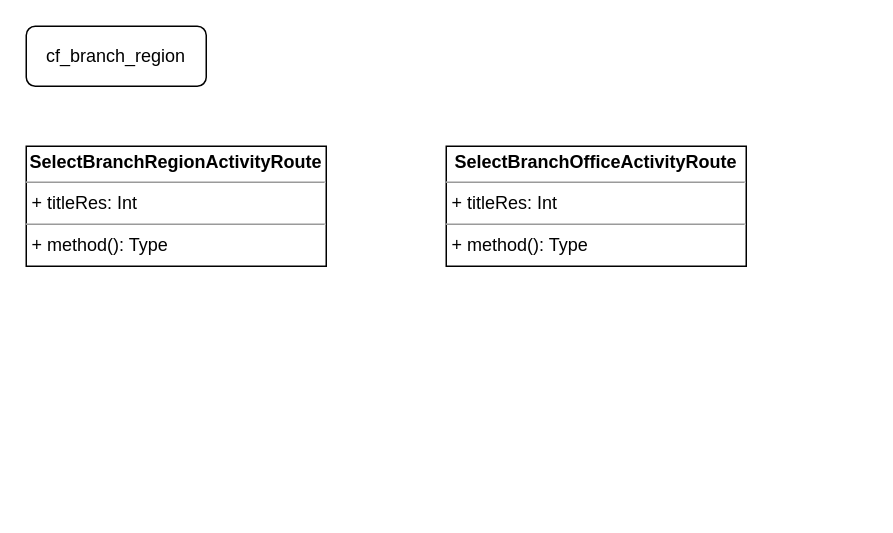
Above: UNI-15928.drawio in ShiryaevNikolay/diagrams (draw.io), before the change. Source tidied: cells renumbered, new cells numbered last; positions are measured from the earlier drawing's top-left corner, leaving out a move shared by most shapes. Both pictures are drawn from the tidied source at 150%, with x=0, y=0 at pixel (26, 26).
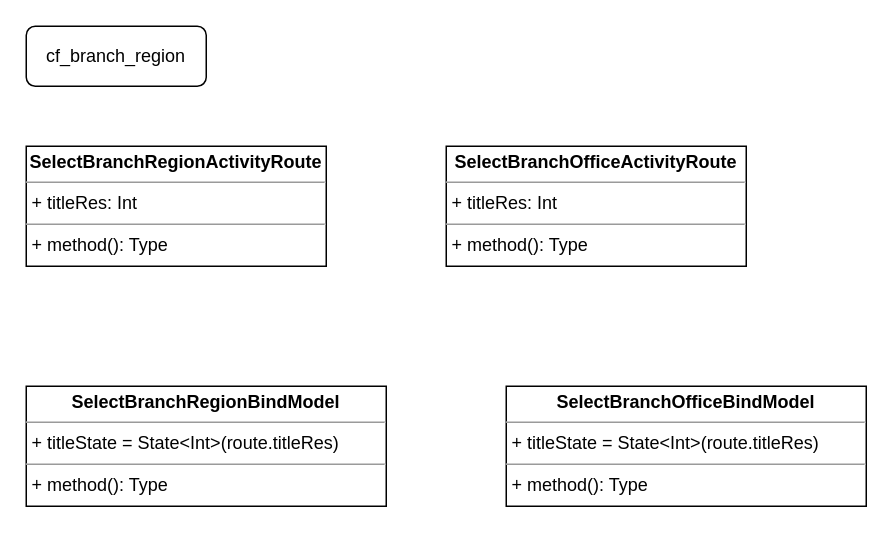
Above is the later version.

Change to the diagram source:
```diff
@@
 <mxGraphModel>
   <root>
     <mxCell id="0" />
     <mxCell id="1" parent="0" />
     <mxCell id="2" value="cf_branch_region" style="rounded=1;whiteSpace=wrap;html=1;" parent="1" vertex="1">
       <mxGeometry width="120" height="40" as="geometry" />
     </mxCell>
     <mxCell id="3" value="&lt;p style=&quot;margin: 0px ; margin-top: 4px ; text-align: center&quot;&gt;&lt;b&gt;SelectBranchRegionActivityRoute&lt;/b&gt;&lt;/p&gt;&lt;hr size=&quot;1&quot;&gt;&lt;p style=&quot;margin: 0px ; margin-left: 4px&quot;&gt;+ titleRes: Int&lt;br&gt;&lt;/p&gt;&lt;hr size=&quot;1&quot;&gt;&lt;p style=&quot;margin: 0px ; margin-left: 4px&quot;&gt;+ method(): Type&lt;/p&gt;" style="verticalAlign=top;align=left;overflow=fill;fontSize=12;fontFamily=Helvetica;html=1;" parent="1" vertex="1">
       <mxGeometry y="80" width="200" height="80" as="geometry" />
     </mxCell>
     <mxCell id="4" value="&lt;p style=&quot;margin: 0px ; margin-top: 4px ; text-align: center&quot;&gt;&lt;b&gt;SelectBranchOfficeActivityRoute&lt;/b&gt;&lt;/p&gt;&lt;hr size=&quot;1&quot;&gt;&lt;p style=&quot;margin: 0px ; margin-left: 4px&quot;&gt;+ titleRes: Int&lt;br&gt;&lt;/p&gt;&lt;hr size=&quot;1&quot;&gt;&lt;p style=&quot;margin: 0px ; margin-left: 4px&quot;&gt;+ method(): Type&lt;/p&gt;" style="verticalAlign=top;align=left;overflow=fill;fontSize=12;fontFamily=Helvetica;html=1;" parent="1" vertex="1">
       <mxGeometry x="280" y="80" width="200" height="80" as="geometry" />
     </mxCell>
+    <mxCell id="5" value="&lt;p style=&quot;margin: 0px ; margin-top: 4px ; text-align: center&quot;&gt;&lt;b&gt;SelectBranchRegionBindModel&lt;/b&gt;&lt;/p&gt;&lt;hr size=&quot;1&quot;&gt;&lt;p style=&quot;margin: 0px ; margin-left: 4px&quot;&gt;+ titleState = State&amp;lt;Int&amp;gt;(route.titleRes)&lt;br&gt;&lt;/p&gt;&lt;hr size=&quot;1&quot;&gt;&lt;p style=&quot;margin: 0px ; margin-left: 4px&quot;&gt;+ method(): Type&lt;/p&gt;" style="verticalAlign=top;align=left;overflow=fill;fontSize=12;fontFamily=Helvetica;html=1;" parent="1" vertex="1">
+      <mxGeometry y="240" width="240" height="80" as="geometry" />
+    </mxCell>
+    <mxCell id="6" value="&lt;p style=&quot;margin: 0px ; margin-top: 4px ; text-align: center&quot;&gt;&lt;b&gt;SelectBranchOfficeBindModel&lt;/b&gt;&lt;/p&gt;&lt;hr size=&quot;1&quot;&gt;&lt;p style=&quot;margin: 0px ; margin-left: 4px&quot;&gt;+ titleState = State&amp;lt;Int&amp;gt;(route.titleRes)&lt;br&gt;&lt;/p&gt;&lt;hr size=&quot;1&quot;&gt;&lt;p style=&quot;margin: 0px ; margin-left: 4px&quot;&gt;+ method(): Type&lt;/p&gt;" style="verticalAlign=top;align=left;overflow=fill;fontSize=12;fontFamily=Helvetica;html=1;" parent="1" vertex="1">
+      <mxGeometry x="320" y="240" width="240" height="80" as="geometry" />
+    </mxCell>
   </root>
 </mxGraphModel>
```
